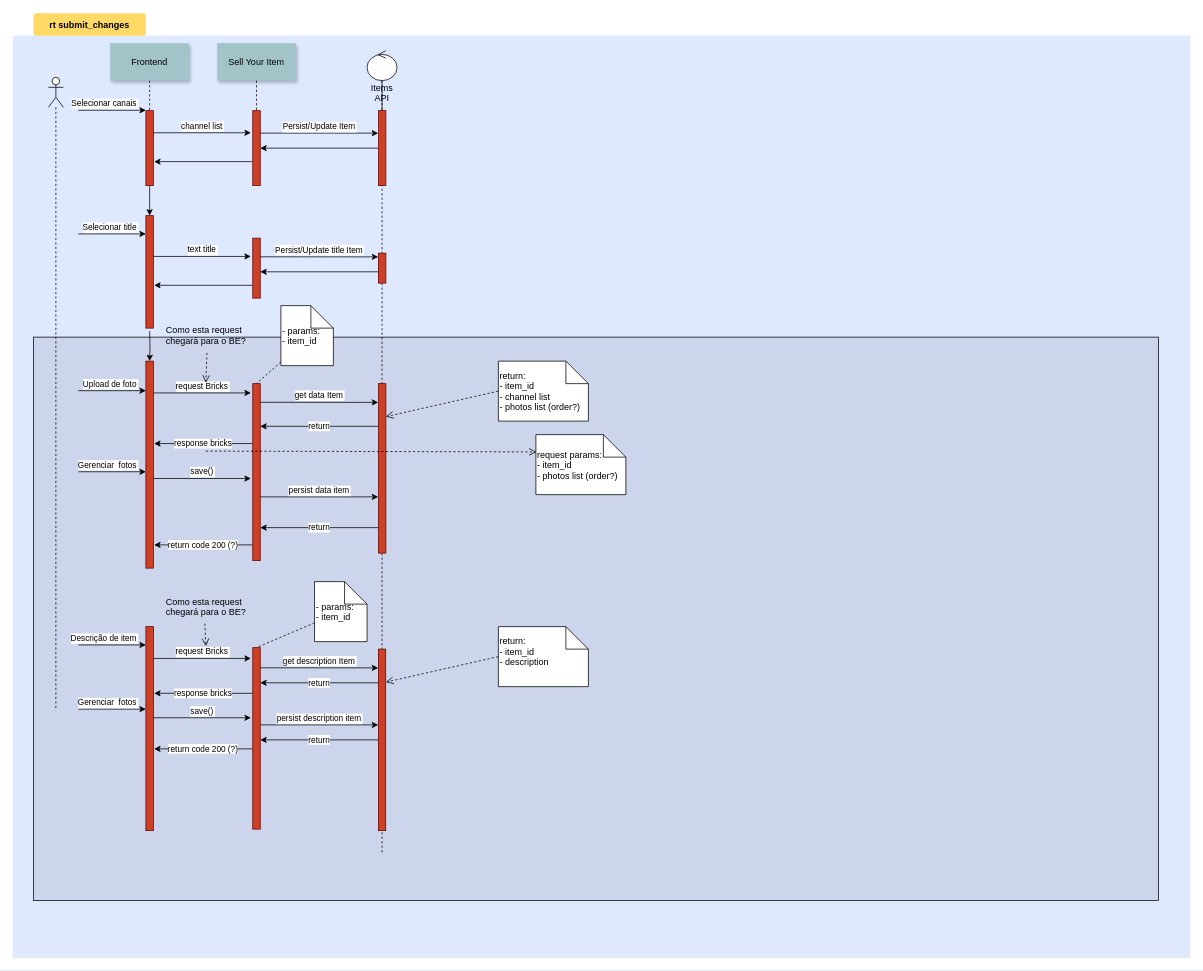
The draw.io diagram pasta/Diagrama sem nome.drawio in duducordeiro/draw, before the edit. Source tidied: cells renumbered, new cells numbered last; positions are measured from the earlier drawing's top-left corner, leaving out a move shared by most shapes. Both pictures are drawn from the tidied source at 75%, with x=0, y=0 at pixel (12, 13).
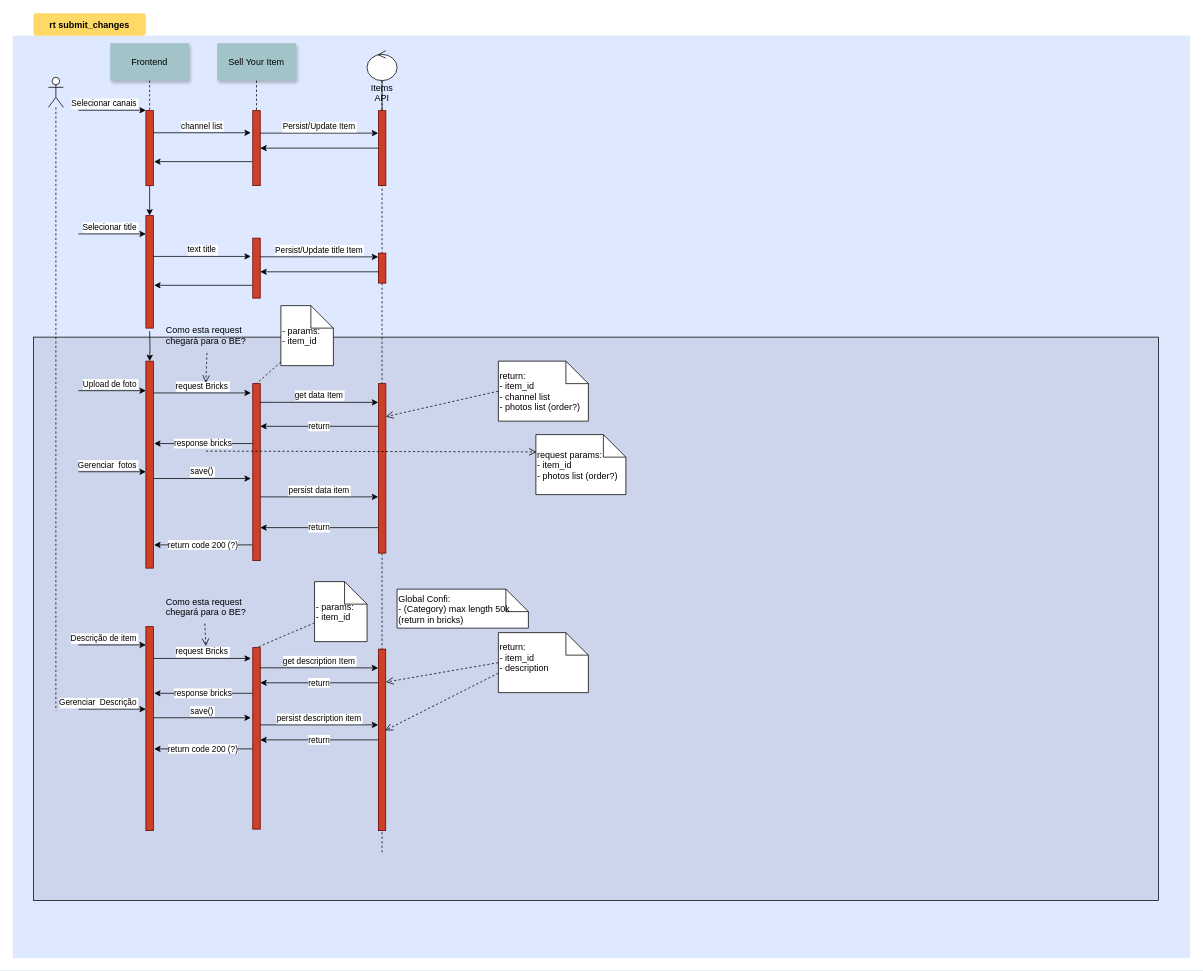
The same page after the edit.

Unchanged cells that the change refers to:
```xml
<mxCell id="41" style="fillColor=#CC4125;strokeColor=#660000;" parent="37" vertex="1">
  <mxGeometry x="15.1" y="798" width="9.8" height="242" as="geometry" />
</mxCell>
```

The edit, as a diff of the source:
```diff
@@
-    <mxCell id="62" value="Gerenciar  fotos" style="edgeStyle=none;verticalLabelPosition=top;verticalAlign=bottom;labelPosition=left;align=right;" parent="1" edge="1">
+    <mxCell id="62" value="Gerenciar  Descrição" style="edgeStyle=none;verticalLabelPosition=top;verticalAlign=bottom;labelPosition=left;align=right;" parent="1" edge="1">
       <mxGeometry y="798.5" as="geometry">
         <mxPoint x="88" y="928" as="sourcePoint" />
         <mxPoint x="178" y="928" as="targetPoint" />
         <mxPoint x="35" as="offset" />
       </mxGeometry>
     </mxCell>
@@
     <mxCell id="64" value="return:&#10;- item_id&#10;- description&#10;" style="shape=note;align=left;" parent="1" vertex="1">
-      <mxGeometry x="648" y="818" width="120" height="80" as="geometry" />
+      <mxGeometry x="648" y="826" width="120" height="80" as="geometry" />
     </mxCell>
@@
+    <mxCell id="70" style="html=1;verticalAlign=bottom;endArrow=open;dashed=1;endSize=8;rounded=0;exitX=0;exitY=0.5;exitDx=0;exitDy=0;exitPerimeter=0;entryX=0.92;entryY=0.448;entryDx=0;entryDy=0;entryPerimeter=0;" parent="1" edge="1" target="41">
+      <mxGeometry relative="1" as="geometry">
+        <mxPoint x="648" y="880" as="sourcePoint" />
+      </mxGeometry>
+    </mxCell>
+    <mxCell id="71" value="Global Confi:&#10;- (Category) max length 50k&#10;(return in bricks)" style="shape=note;align=left;" parent="1" vertex="1">
+      <mxGeometry x="512.9" y="768" width="175.1" height="52" as="geometry" />
+    </mxCell>
```
